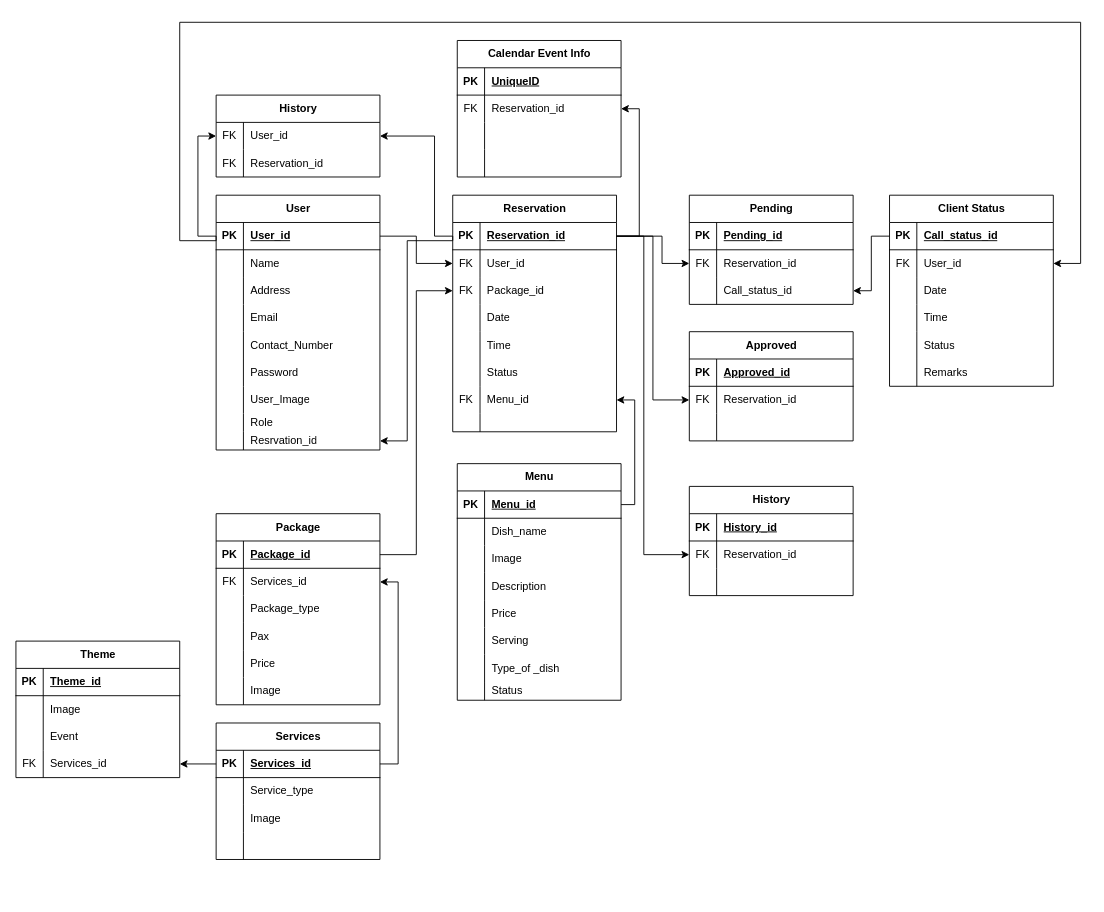
The draw.io diagram Untitled Diagram.drawio in jcedriciglesias/Mihanz-Catering-Redo, before the edit. Source tidied: cells renumbered, new cells numbered last; positions are measured from the earlier drawing's top-left corner, leaving out a move shared by most shapes. Both pictures are drawn from the tidied source at 91%, with x=0, y=0 at pixel (15, 22).
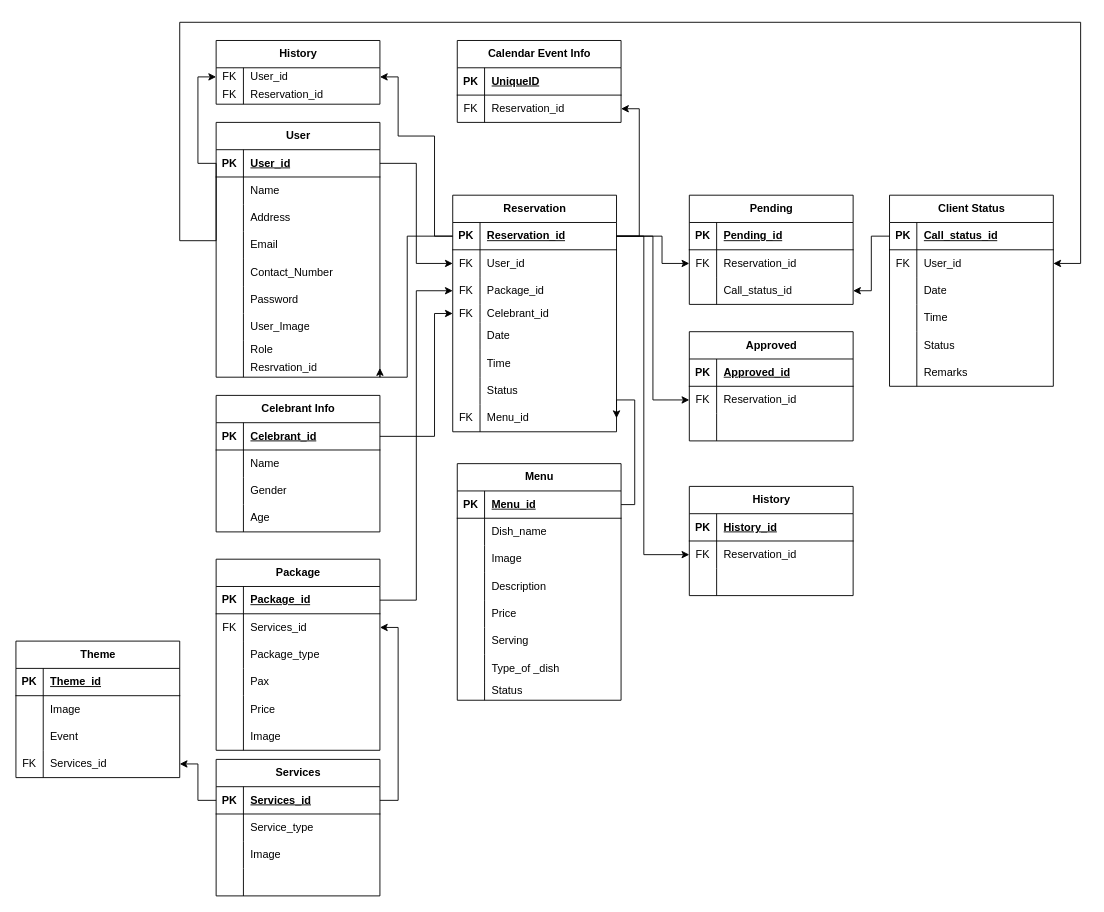
The same diagram, later.

Unchanged cells that the change refers to:
```xml
<mxCell id="27" style="shape=tableRow;horizontal=0;startSize=0;swimlaneHead=0;swimlaneBody=0;fillColor=none;points=[[0,0.5],[1,0.5]];portConstraint=eastwest;top=0;left=0;right=0;bottom=0;" parent="2" vertex="1">
  <mxGeometry y="260" width="180" height="20" as="geometry" />
</mxCell>
<mxCell id="30" value="Reservation" style="shape=table;startSize=30;childLayout=tableLayout;rowLines=0;fontStyle=1;align=center;html=1;" parent="1" vertex="1">
  <mxGeometry x="480" y="190" width="180" height="260" as="geometry" />
</mxCell>
<mxCell id="31" style="shape=tableRow;horizontal=0;startSize=0;swimlaneHead=0;swimlaneBody=0;fillColor=none;points=[[0,0.5],[1,0.5]];portConstraint=eastwest;top=0;left=0;right=0;bottom=1;" parent="30" vertex="1">
  <mxGeometry y="30" width="180" height="30" as="geometry" />
</mxCell>
```

The edit, as a diff of the source:
```diff
@@
     <mxCell id="2" value="User" style="shape=table;startSize=30;childLayout=tableLayout;rowLines=0;fontStyle=1;align=center;html=1;" parent="1" vertex="1">
-      <mxGeometry x="220" y="190" width="180" height="280" as="geometry" />
+      <mxGeometry x="220" y="110" width="180" height="280" as="geometry" />
     </mxCell>
@@
+    <mxCell id="52" style="shape=tableRow;horizontal=0;startSize=0;swimlaneHead=0;swimlaneBody=0;fillColor=none;points=[[0,0.5],[1,0.5]];portConstraint=eastwest;top=0;left=0;right=0;bottom=0;" parent="30" vertex="1">
+      <mxGeometry y="120" width="180" height="20" as="geometry" />
+    </mxCell>
+    <mxCell id="53" value="FK" style="shape=partialRectangle;fillColor=none;top=0;left=0;bottom=0;right=0;overflow=hidden;whiteSpace=wrap;html=1;" parent="52" vertex="1">
+      <mxGeometry width="30" height="20" as="geometry" />
+    </mxCell>
+    <mxCell id="54" value="Celebrant_id" style="shape=partialRectangle;fillColor=none;top=0;left=0;bottom=0;right=0;align=left;spacingLeft=6;overflow=hidden;whiteSpace=wrap;html=1;" parent="52" vertex="1">
+      <mxGeometry x="30" width="150" height="20" as="geometry" />
+    </mxCell>
     <mxCell id="40" style="shape=tableRow;horizontal=0;startSize=0;swimlaneHead=0;swimlaneBody=0;fillColor=none;top=0;left=0;right=0;bottom=0;" parent="30" vertex="1">
-      <mxGeometry y="120" width="180" height="30" as="geometry" />
+      <mxGeometry y="140" width="180" height="30" as="geometry" />
     </mxCell>
@@
     <mxCell id="43" style="shape=tableRow;horizontal=0;startSize=0;swimlaneHead=0;swimlaneBody=0;fillColor=none;top=0;left=0;right=0;bottom=0;" parent="30" vertex="1">
-      <mxGeometry y="150" width="180" height="30" as="geometry" />
+      <mxGeometry y="170" width="180" height="30" as="geometry" />
     </mxCell>
@@
     <mxCell id="46" style="shape=tableRow;horizontal=0;startSize=0;swimlaneHead=0;swimlaneBody=0;fillColor=none;top=0;left=0;right=0;bottom=0;" parent="30" vertex="1">
-      <mxGeometry y="180" width="180" height="30" as="geometry" />
+      <mxGeometry y="200" width="180" height="30" as="geometry" />
     </mxCell>
@@
     <mxCell id="49" style="shape=tableRow;horizontal=0;startSize=0;swimlaneHead=0;swimlaneBody=0;fillColor=none;points=[[0,0.5],[1,0.5]];portConstraint=eastwest;top=0;left=0;right=0;bottom=0;" parent="30" vertex="1">
-      <mxGeometry y="210" width="180" height="30" as="geometry" />
+      <mxGeometry y="230" width="180" height="30" as="geometry" />
     </mxCell>
@@
-    <mxCell id="52" style="shape=tableRow;horizontal=0;startSize=0;swimlaneHead=0;swimlaneBody=0;fillColor=none;points=[[0,0.5],[1,0.5]];portConstraint=eastwest;top=0;left=0;right=0;bottom=0;" parent="30" vertex="1">
-      <mxGeometry y="240" width="180" height="20" as="geometry" />
-    </mxCell>
-    <mxCell id="53" style="shape=partialRectangle;fillColor=none;top=0;left=0;bottom=0;right=0;overflow=hidden;whiteSpace=wrap;html=1;" parent="52" vertex="1">
-      <mxGeometry width="30" height="20" as="geometry" />
-    </mxCell>
-    <mxCell id="54" style="shape=partialRectangle;fillColor=none;top=0;left=0;bottom=0;right=0;align=left;spacingLeft=6;overflow=hidden;whiteSpace=wrap;html=1;" parent="52" vertex="1">
-      <mxGeometry x="30" width="150" height="20" as="geometry" />
-    </mxCell>
@@
     <mxCell id="56" value="History" style="shape=table;startSize=30;childLayout=tableLayout;rowLines=0;fontStyle=1;align=center;html=1;" parent="1" vertex="1">
-      <mxGeometry x="220" y="80" width="180" height="90" as="geometry" />
+      <mxGeometry x="220" y="20" width="180" height="70" as="geometry" />
     </mxCell>
     <mxCell id="57" style="shape=tableRow;horizontal=0;startSize=0;swimlaneHead=0;swimlaneBody=0;fillColor=none;points=[[0,0.5],[1,0.5]];portConstraint=eastwest;top=0;left=0;right=0;bottom=0;" parent="56" vertex="1">
-      <mxGeometry y="30" width="180" height="30" as="geometry" />
+      <mxGeometry y="30" width="180" height="20" as="geometry" />
     </mxCell>
     <mxCell id="58" value="FK" style="shape=partialRectangle;fillColor=none;top=0;left=0;bottom=0;right=0;overflow=hidden;whiteSpace=wrap;html=1;" parent="57" vertex="1">
-      <mxGeometry width="30" height="30" as="geometry" />
+      <mxGeometry width="30" height="20" as="geometry" />
     </mxCell>
     <mxCell id="59" value="User_id" style="shape=partialRectangle;fillColor=none;top=0;left=0;bottom=0;right=0;align=left;spacingLeft=6;overflow=hidden;whiteSpace=wrap;html=1;" parent="57" vertex="1">
-      <mxGeometry x="30" width="150" height="30" as="geometry" />
+      <mxGeometry x="30" width="150" height="20" as="geometry" />
     </mxCell>
     <mxCell id="60" style="shape=tableRow;horizontal=0;startSize=0;swimlaneHead=0;swimlaneBody=0;fillColor=none;top=0;left=0;right=0;bottom=0;" parent="56" vertex="1">
-      <mxGeometry y="60" width="180" height="30" as="geometry" />
+      <mxGeometry y="50" width="180" height="20" as="geometry" />
     </mxCell>
     <mxCell id="61" value="FK" style="shape=partialRectangle;fillColor=none;top=0;left=0;bottom=0;right=0;overflow=hidden;whiteSpace=wrap;html=1;" parent="60" vertex="1">
-      <mxGeometry width="30" height="30" as="geometry" />
+      <mxGeometry width="30" height="20" as="geometry" />
     </mxCell>
     <mxCell id="62" value="Reservation_id" style="shape=partialRectangle;fillColor=none;top=0;left=0;bottom=0;right=0;align=left;spacingLeft=6;overflow=hidden;whiteSpace=wrap;html=1;" parent="60" vertex="1">
-      <mxGeometry x="30" width="150" height="30" as="geometry" />
+      <mxGeometry x="30" width="150" height="20" as="geometry" />
     </mxCell>
@@
     <mxCell id="64" style="edgeStyle=orthogonalEdgeStyle;rounded=0;jettySize=auto;html=1;exitX=0;exitY=0.5;exitDx=0;exitDy=0;entryX=1;entryY=0.5;entryDx=0;entryDy=0;" parent="1" edge="1" source="31" target="57">
       <mxGeometry relative="1" as="geometry">
         <Array as="points">
           <mxPoint x="460" y="235" />
           <mxPoint x="460" y="125" />
+          <mxPoint x="420" y="125" />
+          <mxPoint x="420" y="60" />
         </Array>
       </mxGeometry>
     </mxCell>
@@
     <mxCell id="111" value="Package" style="shape=table;startSize=30;childLayout=tableLayout;rowLines=0;fontStyle=1;align=center;html=1;" parent="1" vertex="1">
-      <mxGeometry x="220" y="540" width="180" height="210" as="geometry" />
+      <mxGeometry x="220" y="590" width="180" height="210" as="geometry" />
     </mxCell>
@@
     <mxCell id="130" value="Services" style="shape=table;startSize=30;childLayout=tableLayout;rowLines=0;fontStyle=1;align=center;html=1;" parent="1" vertex="1">
-      <mxGeometry x="220" y="770" width="180" height="150" as="geometry" />
+      <mxGeometry x="220" y="810" width="180" height="150" as="geometry" />
     </mxCell>
@@
     <mxCell id="193" value="Calendar Event Info" style="shape=table;startSize=30;childLayout=tableLayout;rowLines=0;fontStyle=1;align=center;html=1;" parent="1" vertex="1">
-      <mxGeometry x="485" y="20" width="180" height="150" as="geometry" />
+      <mxGeometry x="485" y="20" width="180" height="90" as="geometry" />
     </mxCell>
@@
-    <mxCell id="200" style="shape=tableRow;horizontal=0;startSize=0;swimlaneHead=0;swimlaneBody=0;fillColor=none;top=0;left=0;right=0;bottom=0;" parent="193" vertex="1">
-      <mxGeometry y="90" width="180" height="30" as="geometry" />
-    </mxCell>
-    <mxCell id="201" style="shape=partialRectangle;fillColor=none;top=0;left=0;bottom=0;right=0;overflow=hidden;whiteSpace=wrap;html=1;" parent="200" vertex="1">
-      <mxGeometry width="30" height="30" as="geometry" />
-    </mxCell>
-    <mxCell id="202" style="shape=partialRectangle;fillColor=none;top=0;left=0;bottom=0;right=0;align=left;spacingLeft=6;overflow=hidden;whiteSpace=wrap;html=1;" parent="200" vertex="1">
-      <mxGeometry x="30" width="150" height="30" as="geometry" />
-    </mxCell>
-    <mxCell id="203" style="shape=tableRow;horizontal=0;startSize=0;swimlaneHead=0;swimlaneBody=0;fillColor=none;top=0;left=0;right=0;bottom=0;" parent="193" vertex="1">
-      <mxGeometry y="120" width="180" height="30" as="geometry" />
-    </mxCell>
-    <mxCell id="204" style="shape=partialRectangle;fillColor=none;top=0;left=0;bottom=0;right=0;overflow=hidden;whiteSpace=wrap;html=1;" parent="203" vertex="1">
-      <mxGeometry width="30" height="30" as="geometry" />
-    </mxCell>
-    <mxCell id="205" style="shape=partialRectangle;fillColor=none;top=0;left=0;bottom=0;right=0;align=left;spacingLeft=6;overflow=hidden;whiteSpace=wrap;html=1;" parent="203" vertex="1">
-      <mxGeometry x="30" width="150" height="30" as="geometry" />
-    </mxCell>
@@
-    <mxCell id="207" style="edgeStyle=orthogonalEdgeStyle;rounded=0;jettySize=auto;html=1;exitX=0;exitY=0.5;exitDx=0;exitDy=0;" parent="1" edge="1" source="31" target="27">
+    <mxCell id="207" style="edgeStyle=orthogonalEdgeStyle;rounded=0;jettySize=auto;html=1;exitX=0;exitY=0.5;exitDx=0;exitDy=0;entryX=1;entryY=0.5;entryDx=0;entryDy=0;" parent="1" edge="1" source="31" target="27">
       <mxGeometry relative="1" as="geometry">
         <Array as="points">
-          <mxPoint x="480" y="240" />
-          <mxPoint x="430" y="240" />
-          <mxPoint x="430" y="460" />
+          <mxPoint x="430" y="235" />
+          <mxPoint x="430" y="390" />
         </Array>
       </mxGeometry>
     </mxCell>
+    <mxCell id="208" value="Celebrant Info" style="shape=table;startSize=30;childLayout=tableLayout;rowLines=0;fontStyle=1;align=center;html=1;" parent="1" vertex="1">
+      <mxGeometry x="220" y="410" width="180" height="150" as="geometry" />
+    </mxCell>
+    <mxCell id="209" style="shape=tableRow;horizontal=0;startSize=0;swimlaneHead=0;swimlaneBody=0;fillColor=none;points=[[0,0.5],[1,0.5]];portConstraint=eastwest;top=0;left=0;right=0;bottom=1;" parent="208" vertex="1">
+      <mxGeometry y="30" width="180" height="30" as="geometry" />
+    </mxCell>
+    <mxCell id="210" value="PK" style="shape=partialRectangle;fillColor=none;top=0;left=0;bottom=0;right=0;fontStyle=1;overflow=hidden;whiteSpace=wrap;html=1;" parent="209" vertex="1">
+      <mxGeometry width="30" height="30" as="geometry" />
+    </mxCell>
+    <mxCell id="211" value="Celebrant_id" style="shape=partialRectangle;fillColor=none;top=0;left=0;bottom=0;right=0;align=left;spacingLeft=6;fontStyle=5;overflow=hidden;whiteSpace=wrap;html=1;" parent="209" vertex="1">
+      <mxGeometry x="30" width="150" height="30" as="geometry" />
+    </mxCell>
+    <mxCell id="212" style="shape=tableRow;horizontal=0;startSize=0;swimlaneHead=0;swimlaneBody=0;fillColor=none;top=0;left=0;right=0;bottom=0;" parent="208" vertex="1">
+      <mxGeometry y="60" width="180" height="30" as="geometry" />
+    </mxCell>
+    <mxCell id="213" style="shape=partialRectangle;fillColor=none;top=0;left=0;bottom=0;right=0;overflow=hidden;whiteSpace=wrap;html=1;" parent="212" vertex="1">
+      <mxGeometry width="30" height="30" as="geometry" />
+    </mxCell>
+    <mxCell id="214" value="Name" style="shape=partialRectangle;fillColor=none;top=0;left=0;bottom=0;right=0;align=left;spacingLeft=6;overflow=hidden;whiteSpace=wrap;html=1;" parent="212" vertex="1">
+      <mxGeometry x="30" width="150" height="30" as="geometry" />
+    </mxCell>
+    <mxCell id="200" style="shape=tableRow;horizontal=0;startSize=0;swimlaneHead=0;swimlaneBody=0;fillColor=none;top=0;left=0;right=0;bottom=0;" parent="208" vertex="1">
+      <mxGeometry y="90" width="180" height="30" as="geometry" />
+    </mxCell>
+    <mxCell id="215" style="shape=partialRectangle;fillColor=none;top=0;left=0;bottom=0;right=0;overflow=hidden;whiteSpace=wrap;html=1;" parent="200" vertex="1">
+      <mxGeometry width="30" height="30" as="geometry" />
+    </mxCell>
+    <mxCell id="216" value="Gender" style="shape=partialRectangle;fillColor=none;top=0;left=0;bottom=0;right=0;align=left;spacingLeft=6;overflow=hidden;whiteSpace=wrap;html=1;" parent="200" vertex="1">
+      <mxGeometry x="30" width="150" height="30" as="geometry" />
+    </mxCell>
+    <mxCell id="203" style="shape=tableRow;horizontal=0;startSize=0;swimlaneHead=0;swimlaneBody=0;fillColor=none;top=0;left=0;right=0;bottom=0;" parent="208" vertex="1">
+      <mxGeometry y="120" width="180" height="30" as="geometry" />
+    </mxCell>
+    <mxCell id="217" style="shape=partialRectangle;fillColor=none;top=0;left=0;bottom=0;right=0;overflow=hidden;whiteSpace=wrap;html=1;" parent="203" vertex="1">
+      <mxGeometry width="30" height="30" as="geometry" />
+    </mxCell>
+    <mxCell id="218" value="Age" style="shape=partialRectangle;fillColor=none;top=0;left=0;bottom=0;right=0;align=left;spacingLeft=6;overflow=hidden;whiteSpace=wrap;html=1;" parent="203" vertex="1">
+      <mxGeometry x="30" width="150" height="30" as="geometry" />
+    </mxCell>
+    <mxCell id="219" style="edgeStyle=orthogonalEdgeStyle;rounded=0;jettySize=auto;html=1;exitX=1;exitY=0.5;exitDx=0;exitDy=0;" parent="1" edge="1" source="209" target="52">
+      <mxGeometry relative="1" as="geometry">
+        <Array as="points">
+          <mxPoint x="460" y="455" />
+          <mxPoint x="460" y="320" />
+        </Array>
+      </mxGeometry>
+    </mxCell>
```
